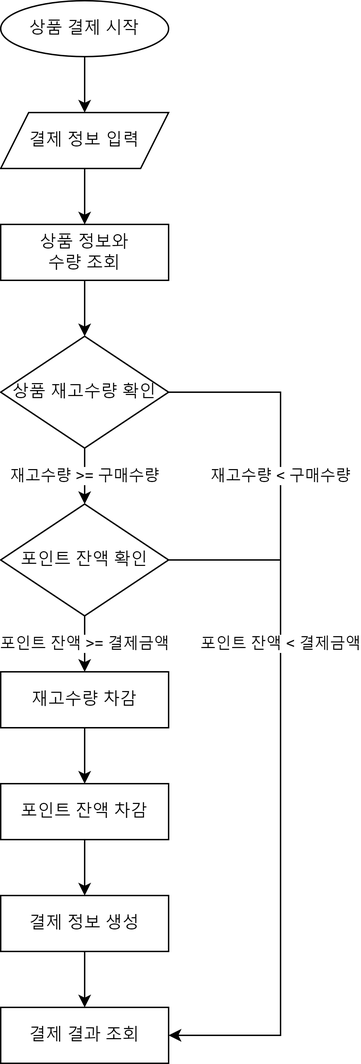
Above: docs/flow-chart/3.order.png in psam1017/hhplus-ecommerce (draw.io), before the change. Source tidied: cells renumbered, new cells last; positions are measured from the earlier drawing's top-left corner, leaving out a move shared by most shapes. The source it was exported from:
```xml
<mxGraphModel>
  <root>
    <mxCell id="0" />
    <mxCell id="1" parent="0" />
    <mxCell id="2" style="group;" parent="1" vertex="1">
      <mxGeometry width="200" height="760" as="geometry" />
    </mxCell>
    <mxCell id="3" style="edgeStyle=orthogonalEdgeStyle;rounded=0;jettySize=auto;html=1;entryX=0.5;entryY=0;entryDx=0;entryDy=0;" parent="2" edge="1" source="4" target="11">
      <mxGeometry relative="1" as="geometry" />
    </mxCell>
    <mxCell id="4" value="상품 정보와&lt;div&gt;수량 조회&lt;/div&gt;" style="rounded=0;whiteSpace=wrap;html=1;" parent="2" vertex="1">
      <mxGeometry y="160" width="120" height="40" as="geometry" />
    </mxCell>
    <mxCell id="5" style="edgeStyle=orthogonalEdgeStyle;rounded=0;jettySize=auto;html=1;entryX=0.5;entryY=0;entryDx=0;entryDy=0;" parent="2" edge="1" source="6" target="4">
      <mxGeometry relative="1" as="geometry" />
    </mxCell>
    <mxCell id="6" value="결제 정보&amp;nbsp;&lt;span style=&quot;background-color: initial;&quot;&gt;입력&lt;/span&gt;" style="shape=parallelogram;perimeter=parallelogramPerimeter;whiteSpace=wrap;html=1;fixedSize=1;" parent="2" vertex="1">
      <mxGeometry y="80" width="120" height="40" as="geometry" />
    </mxCell>
    <mxCell id="7" style="edgeStyle=orthogonalEdgeStyle;rounded=0;jettySize=auto;html=1;entryX=0.5;entryY=0;entryDx=0;entryDy=0;" parent="2" edge="1" source="8" target="6">
      <mxGeometry relative="1" as="geometry" />
    </mxCell>
    <mxCell id="8" value="상품 결제 시작" style="ellipse;whiteSpace=wrap;html=1;" parent="2" vertex="1">
      <mxGeometry width="120" height="40" as="geometry" />
    </mxCell>
    <mxCell id="9" value="재고수량 &amp;gt;= 구매수량" style="edgeStyle=orthogonalEdgeStyle;rounded=0;jettySize=auto;html=1;entryX=0.5;entryY=0;entryDx=0;entryDy=0;" parent="2" edge="1" source="11" target="14">
      <mxGeometry relative="1" as="geometry" />
    </mxCell>
    <mxCell id="10" value="재고수량 &amp;lt; 구매수량" style="edgeStyle=orthogonalEdgeStyle;rounded=0;jettySize=auto;html=1;entryX=1;entryY=0.5;entryDx=0;entryDy=0;" parent="2" edge="1" source="11" target="21">
      <mxGeometry x="-0.55" relative="1" as="geometry">
        <Array as="points">
          <mxPoint x="200" y="280" />
          <mxPoint x="200" y="740" />
        </Array>
      </mxGeometry>
    </mxCell>
    <mxCell id="11" value="상품 재고수량 확인" style="rhombus;whiteSpace=wrap;html=1;" parent="2" vertex="1">
      <mxGeometry y="240" width="120" height="80" as="geometry" />
    </mxCell>
    <mxCell id="12" value="포인트 잔액 &amp;gt;= 결제금액" style="edgeStyle=orthogonalEdgeStyle;rounded=0;jettySize=auto;html=1;entryX=0.5;entryY=0;entryDx=0;entryDy=0;" parent="2" edge="1" source="14" target="16">
      <mxGeometry relative="1" as="geometry" />
    </mxCell>
    <mxCell id="13" value="포인트 잔액 &amp;lt; 결제금액" style="edgeStyle=orthogonalEdgeStyle;rounded=0;jettySize=auto;html=1;entryX=1;entryY=0.5;entryDx=0;entryDy=0;" parent="2" edge="1" source="14" target="21">
      <mxGeometry x="-0.44" relative="1" as="geometry">
        <Array as="points">
          <mxPoint x="200" y="400" />
          <mxPoint x="200" y="740" />
        </Array>
      </mxGeometry>
    </mxCell>
    <mxCell id="14" value="포인트 잔액 확인" style="rhombus;whiteSpace=wrap;html=1;" parent="2" vertex="1">
      <mxGeometry y="360" width="120" height="80" as="geometry" />
    </mxCell>
    <mxCell id="15" style="edgeStyle=orthogonalEdgeStyle;rounded=0;jettySize=auto;html=1;entryX=0.5;entryY=0;entryDx=0;entryDy=0;" parent="2" edge="1" source="16" target="18">
      <mxGeometry relative="1" as="geometry" />
    </mxCell>
    <mxCell id="16" value="재고수량 차감" style="rounded=0;whiteSpace=wrap;html=1;" parent="2" vertex="1">
      <mxGeometry y="480" width="120" height="40" as="geometry" />
    </mxCell>
    <mxCell id="17" style="edgeStyle=orthogonalEdgeStyle;rounded=0;jettySize=auto;html=1;entryX=0.5;entryY=0;entryDx=0;entryDy=0;" parent="2" edge="1" source="18" target="20">
      <mxGeometry relative="1" as="geometry" />
    </mxCell>
    <mxCell id="18" value="포인트 잔액 차감" style="rounded=0;whiteSpace=wrap;html=1;" parent="2" vertex="1">
      <mxGeometry y="560" width="120" height="40" as="geometry" />
    </mxCell>
    <mxCell id="19" style="edgeStyle=orthogonalEdgeStyle;rounded=0;jettySize=auto;html=1;entryX=0.5;entryY=0;entryDx=0;entryDy=0;" parent="2" edge="1" source="20" target="21">
      <mxGeometry relative="1" as="geometry" />
    </mxCell>
    <mxCell id="20" value="결제 정보 생성" style="rounded=0;whiteSpace=wrap;html=1;" parent="2" vertex="1">
      <mxGeometry y="640" width="120" height="40" as="geometry" />
    </mxCell>
    <mxCell id="21" value="결제 결과 조회" style="rounded=0;whiteSpace=wrap;html=1;" parent="2" vertex="1">
      <mxGeometry y="720" width="120" height="40" as="geometry" />
    </mxCell>
  </root>
</mxGraphModel>
```
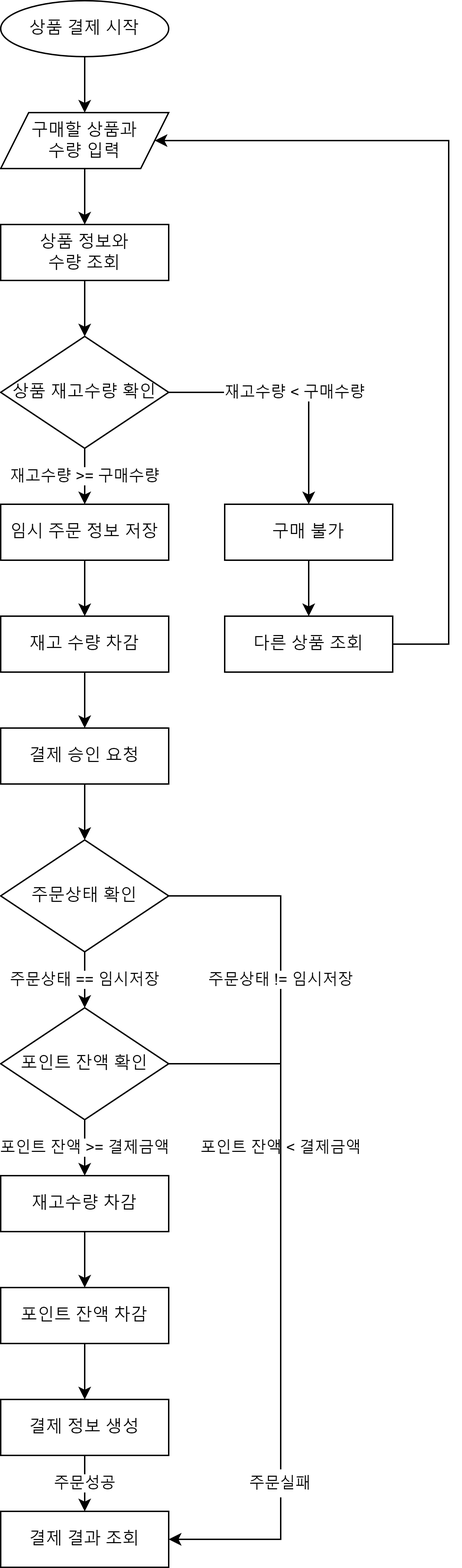
Above is the later version.

Commit message:
Docs: 주문과 결제 API 를 분리한 것을 시퀀스 다이어그램 및 플로우 차트에 반영

Diff of the diagram source:
```diff
@@ -3,7 +3,7 @@
     <mxCell id="0" />
     <mxCell id="1" parent="0" />
     <mxCell id="2" style="group;" parent="1" vertex="1">
-      <mxGeometry width="200" height="760" as="geometry" />
+      <mxGeometry width="320" height="1120" as="geometry" />
     </mxCell>
     <mxCell id="3" style="edgeStyle=orthogonalEdgeStyle;rounded=0;jettySize=auto;html=1;entryX=0.5;entryY=0;entryDx=0;entryDy=0;" parent="2" edge="1" source="4" target="11">
       <mxGeometry relative="1" as="geometry" />
@@ -14,7 +14,7 @@
     <mxCell id="5" style="edgeStyle=orthogonalEdgeStyle;rounded=0;jettySize=auto;html=1;entryX=0.5;entryY=0;entryDx=0;entryDy=0;" parent="2" edge="1" source="6" target="4">
       <mxGeometry relative="1" as="geometry" />
     </mxCell>
-    <mxCell id="6" value="결제 정보&amp;nbsp;&lt;span style=&quot;background-color: initial;&quot;&gt;입력&lt;/span&gt;" style="shape=parallelogram;perimeter=parallelogramPerimeter;whiteSpace=wrap;html=1;fixedSize=1;" parent="2" vertex="1">
+    <mxCell id="6" value="구매할 상품과&lt;div&gt;수량&amp;nbsp;&lt;span style=&quot;background-color: initial;&quot;&gt;입력&lt;/span&gt;&lt;/div&gt;" style="shape=parallelogram;perimeter=parallelogramPerimeter;whiteSpace=wrap;html=1;fixedSize=1;" parent="2" vertex="1">
       <mxGeometry y="80" width="120" height="40" as="geometry" />
     </mxCell>
     <mxCell id="7" style="edgeStyle=orthogonalEdgeStyle;rounded=0;jettySize=auto;html=1;entryX=0.5;entryY=0;entryDx=0;entryDy=0;" parent="2" edge="1" source="8" target="6">
@@ -23,16 +23,11 @@
     <mxCell id="8" value="상품 결제 시작" style="ellipse;whiteSpace=wrap;html=1;" parent="2" vertex="1">
       <mxGeometry width="120" height="40" as="geometry" />
     </mxCell>
-    <mxCell id="9" value="재고수량 &amp;gt;= 구매수량" style="edgeStyle=orthogonalEdgeStyle;rounded=0;jettySize=auto;html=1;entryX=0.5;entryY=0;entryDx=0;entryDy=0;" parent="2" edge="1" source="11" target="14">
+    <mxCell id="9" value="재고수량 &amp;gt;= 구매수량" style="edgeStyle=orthogonalEdgeStyle;rounded=0;jettySize=auto;html=1;entryX=0.5;entryY=0;entryDx=0;entryDy=0;" parent="2" edge="1" source="11" target="23">
       <mxGeometry relative="1" as="geometry" />
     </mxCell>
-    <mxCell id="10" value="재고수량 &amp;lt; 구매수량" style="edgeStyle=orthogonalEdgeStyle;rounded=0;jettySize=auto;html=1;entryX=1;entryY=0.5;entryDx=0;entryDy=0;" parent="2" edge="1" source="11" target="21">
-      <mxGeometry x="-0.55" relative="1" as="geometry">
-        <Array as="points">
-          <mxPoint x="200" y="280" />
-          <mxPoint x="200" y="740" />
-        </Array>
-      </mxGeometry>
+    <mxCell id="10" value="재고수량 &amp;lt; 구매수량" style="edgeStyle=orthogonalEdgeStyle;rounded=0;jettySize=auto;html=1;entryX=0.5;entryY=0;entryDx=0;entryDy=0;" parent="2" edge="1" source="11" target="27">
+      <mxGeometry relative="1" as="geometry" />
     </mxCell>
     <mxCell id="11" value="상품 재고수량 확인" style="rhombus;whiteSpace=wrap;html=1;" parent="2" vertex="1">
       <mxGeometry y="240" width="120" height="80" as="geometry" />
@@ -43,34 +38,91 @@
     <mxCell id="13" value="포인트 잔액 &amp;lt; 결제금액" style="edgeStyle=orthogonalEdgeStyle;rounded=0;jettySize=auto;html=1;entryX=1;entryY=0.5;entryDx=0;entryDy=0;" parent="2" edge="1" source="14" target="21">
       <mxGeometry x="-0.44" relative="1" as="geometry">
         <Array as="points">
-          <mxPoint x="200" y="400" />
-          <mxPoint x="200" y="740" />
+          <mxPoint x="200" y="760" />
+          <mxPoint x="200" y="1100" />
         </Array>
       </mxGeometry>
     </mxCell>
     <mxCell id="14" value="포인트 잔액 확인" style="rhombus;whiteSpace=wrap;html=1;" parent="2" vertex="1">
-      <mxGeometry y="360" width="120" height="80" as="geometry" />
+      <mxGeometry y="720" width="120" height="80" as="geometry" />
     </mxCell>
     <mxCell id="15" style="edgeStyle=orthogonalEdgeStyle;rounded=0;jettySize=auto;html=1;entryX=0.5;entryY=0;entryDx=0;entryDy=0;" parent="2" edge="1" source="16" target="18">
       <mxGeometry relative="1" as="geometry" />
     </mxCell>
     <mxCell id="16" value="재고수량 차감" style="rounded=0;whiteSpace=wrap;html=1;" parent="2" vertex="1">
-      <mxGeometry y="480" width="120" height="40" as="geometry" />
+      <mxGeometry y="840" width="120" height="40" as="geometry" />
     </mxCell>
     <mxCell id="17" style="edgeStyle=orthogonalEdgeStyle;rounded=0;jettySize=auto;html=1;entryX=0.5;entryY=0;entryDx=0;entryDy=0;" parent="2" edge="1" source="18" target="20">
       <mxGeometry relative="1" as="geometry" />
     </mxCell>
     <mxCell id="18" value="포인트 잔액 차감" style="rounded=0;whiteSpace=wrap;html=1;" parent="2" vertex="1">
-      <mxGeometry y="560" width="120" height="40" as="geometry" />
+      <mxGeometry y="920" width="120" height="40" as="geometry" />
     </mxCell>
-    <mxCell id="19" style="edgeStyle=orthogonalEdgeStyle;rounded=0;jettySize=auto;html=1;entryX=0.5;entryY=0;entryDx=0;entryDy=0;" parent="2" edge="1" source="20" target="21">
-      <mxGeometry relative="1" as="geometry" />
+    <mxCell id="19" value="주문성공" style="edgeStyle=orthogonalEdgeStyle;rounded=0;jettySize=auto;html=1;entryX=0.5;entryY=0;entryDx=0;entryDy=0;" parent="2" edge="1" source="20" target="21">
+      <mxGeometry relative="1" as="geometry">
+        <Array as="points">
+          <mxPoint x="60" y="1050" />
+          <mxPoint x="60" y="1050" />
+        </Array>
+      </mxGeometry>
     </mxCell>
     <mxCell id="20" value="결제 정보 생성" style="rounded=0;whiteSpace=wrap;html=1;" parent="2" vertex="1">
-      <mxGeometry y="640" width="120" height="40" as="geometry" />
+      <mxGeometry y="1000" width="120" height="40" as="geometry" />
     </mxCell>
     <mxCell id="21" value="결제 결과 조회" style="rounded=0;whiteSpace=wrap;html=1;" parent="2" vertex="1">
-      <mxGeometry y="720" width="120" height="40" as="geometry" />
+      <mxGeometry y="1080" width="120" height="40" as="geometry" />
     </mxCell>
+    <mxCell id="22" style="edgeStyle=orthogonalEdgeStyle;rounded=0;jettySize=auto;html=1;entryX=0.5;entryY=0;entryDx=0;entryDy=0;" parent="2" edge="1" source="23" target="31">
+      <mxGeometry relative="1" as="geometry" />
+    </mxCell>
+    <mxCell id="23" value="임시 주문 정보 저장" style="rounded=0;whiteSpace=wrap;html=1;" parent="2" vertex="1">
+      <mxGeometry y="360" width="120" height="40" as="geometry" />
+    </mxCell>
+    <mxCell id="24" style="edgeStyle=orthogonalEdgeStyle;rounded=0;jettySize=auto;html=1;entryX=0.5;entryY=0;entryDx=0;entryDy=0;" parent="2" edge="1" source="25" target="34">
+      <mxGeometry relative="1" as="geometry" />
+    </mxCell>
+    <mxCell id="25" value="결제 승인 요청" style="rounded=0;whiteSpace=wrap;html=1;" parent="2" vertex="1">
+      <mxGeometry y="520" width="120" height="40" as="geometry" />
+    </mxCell>
+    <mxCell id="26" style="edgeStyle=orthogonalEdgeStyle;rounded=0;jettySize=auto;html=1;entryX=0.5;entryY=0;entryDx=0;entryDy=0;" parent="2" edge="1" source="27" target="29">
+      <mxGeometry relative="1" as="geometry" />
+    </mxCell>
+    <mxCell id="27" value="구매 불가" style="rounded=0;whiteSpace=wrap;html=1;" parent="2" vertex="1">
+      <mxGeometry x="160" y="360" width="120" height="40" as="geometry" />
+    </mxCell>
+    <mxCell id="28" style="edgeStyle=orthogonalEdgeStyle;rounded=0;jettySize=auto;html=1;exitX=1;exitY=0.5;exitDx=0;exitDy=0;entryX=1;entryY=0.5;entryDx=0;entryDy=0;" parent="2" edge="1" source="29" target="6">
+      <mxGeometry relative="1" as="geometry">
+        <Array as="points">
+          <mxPoint x="320" y="460" />
+          <mxPoint x="320" y="100" />
+        </Array>
+      </mxGeometry>
+    </mxCell>
+    <mxCell id="29" value="다른 상품 조회" style="rounded=0;whiteSpace=wrap;html=1;" parent="2" vertex="1">
+      <mxGeometry x="160" y="440" width="120" height="40" as="geometry" />
+    </mxCell>
+    <mxCell id="30" style="edgeStyle=orthogonalEdgeStyle;rounded=0;jettySize=auto;html=1;entryX=0.5;entryY=0;entryDx=0;entryDy=0;" parent="2" edge="1" source="31" target="25">
+      <mxGeometry relative="1" as="geometry" />
+    </mxCell>
+    <mxCell id="31" value="재고 수량 차감" style="rounded=0;whiteSpace=wrap;html=1;" parent="2" vertex="1">
+      <mxGeometry y="440" width="120" height="40" as="geometry" />
+    </mxCell>
+    <mxCell id="32" value="주문상태 == 임시저장" style="edgeStyle=orthogonalEdgeStyle;rounded=0;jettySize=auto;html=1;entryX=0.5;entryY=0;entryDx=0;entryDy=0;" parent="2" edge="1" source="34" target="14">
+      <mxGeometry relative="1" as="geometry" />
+    </mxCell>
+    <mxCell id="33" value="주문상태 != 임시저장" style="edgeStyle=orthogonalEdgeStyle;rounded=0;jettySize=auto;html=1;entryX=1;entryY=0.5;entryDx=0;entryDy=0;" parent="2" edge="1" source="34" target="21">
+      <mxGeometry x="-0.55" relative="1" as="geometry">
+        <Array as="points">
+          <mxPoint x="200" y="640" />
+          <mxPoint x="200" y="1100" />
+        </Array>
+      </mxGeometry>
+    </mxCell>
+    <mxCell id="34" value="주문상태 확인" style="rhombus;whiteSpace=wrap;html=1;" parent="2" vertex="1">
+      <mxGeometry y="600" width="120" height="80" as="geometry" />
+    </mxCell>
+    <mxCell id="35" value="&lt;font style=&quot;font-size: 11px;&quot;&gt;주문실패&lt;/font&gt;" style="rounded=0;whiteSpace=wrap;html=1;fillColor=default;strokeColor=none;" parent="2" vertex="1">
+      <mxGeometry x="140" y="1050" width="120" height="20" as="geometry" />
+    </mxCell>
   </root>
 </mxGraphModel>
```
